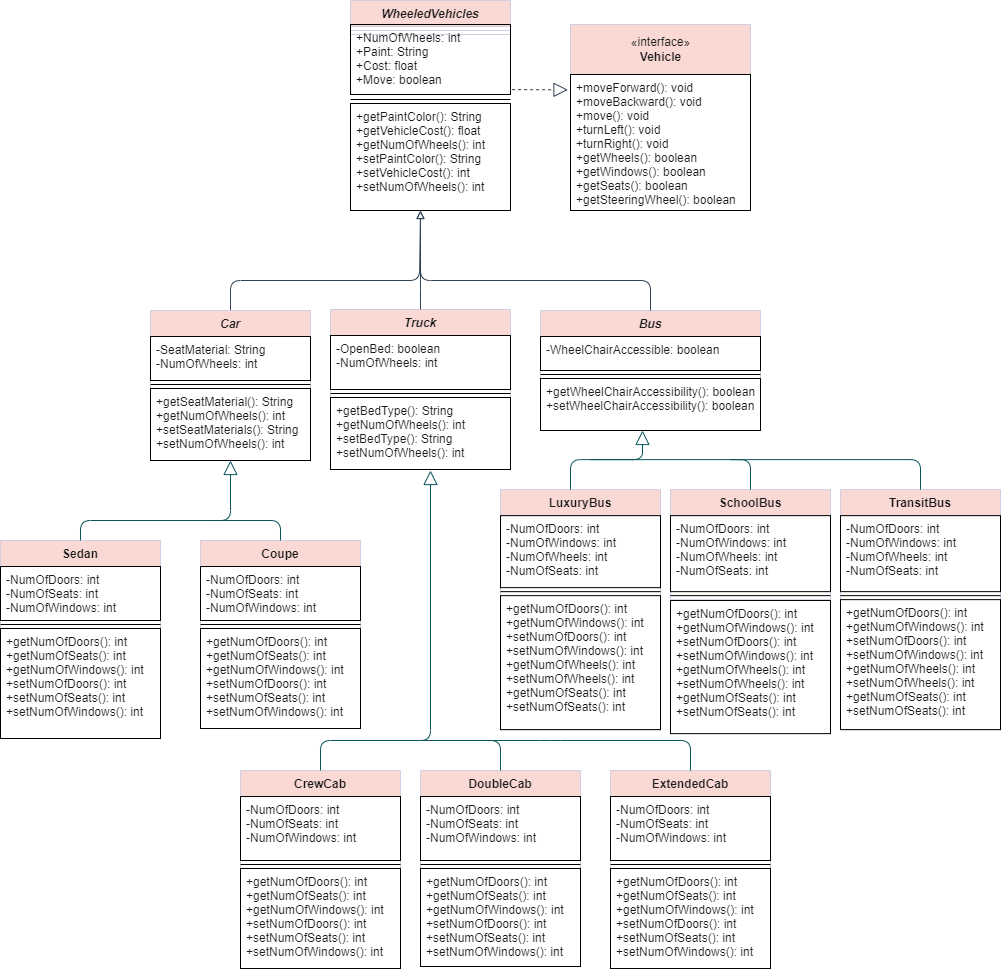
Before: oop/WheeledVehiclesClass UMLDiagram.png, a diagram exported from draw.io (c0l3yni/tekcamp). Source tidied: cells renumbered, new cells last; positions are measured from the earlier drawing's top-left corner, leaving out a move shared by most shapes.
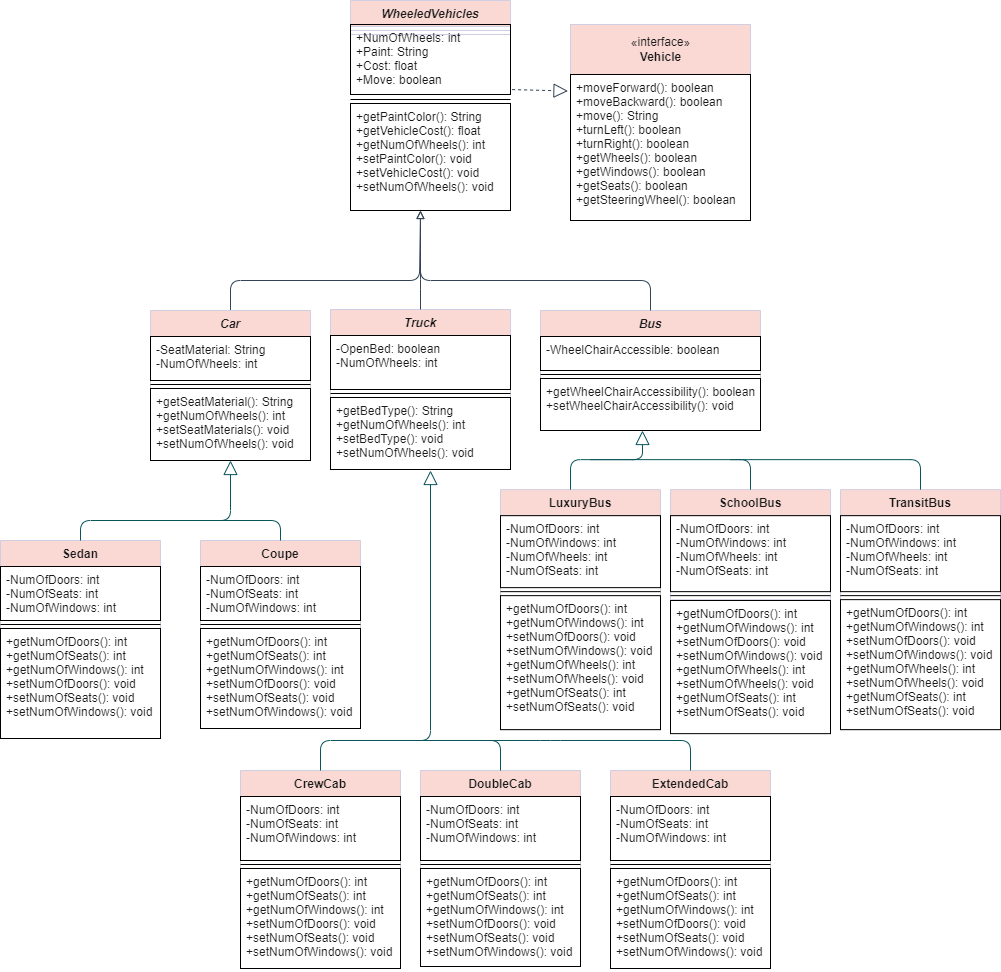
Later version of the same file.

Commit message:
Added void to all setters

Change to the diagram source:
```diff
@@ -11,7 +11,7 @@
     <mxCell id="4" style="line;strokeWidth=1;fillColor=none;align=left;verticalAlign=middle;spacingTop=-1;spacingLeft=3;spacingRight=3;labelPosition=right;fontColor=#1A1A1A;" parent="2" vertex="1">
       <mxGeometry y="60" width="220" height="8" as="geometry" />
     </mxCell>
-    <mxCell id="5" value="+getWheelChairAccessibility(): boolean&#10;+setWheelChairAccessibility(): boolean" style="text;strokeColor=default;fillColor=none;align=left;verticalAlign=top;spacingLeft=4;spacingRight=4;overflow=hidden;fontColor=#1A1A1A;rounded=0;" parent="2" vertex="1">
+    <mxCell id="5" value="+getWheelChairAccessibility(): boolean&#10;+setWheelChairAccessibility(): void" style="text;strokeColor=default;fillColor=none;align=left;verticalAlign=top;spacingLeft=4;spacingRight=4;overflow=hidden;fontColor=#1A1A1A;rounded=0;" parent="2" vertex="1">
       <mxGeometry y="68" width="220" height="52" as="geometry" />
     </mxCell>
     <mxCell id="6" style="edgeStyle=orthogonalEdgeStyle;jettySize=auto;html=1;fontColor=#1A1A1A;strokeColor=#314354;endArrow=block;endFill=0;fillColor=#647687;" parent="1" edge="1" source="7">
@@ -32,7 +32,7 @@
     <mxCell id="9" style="line;strokeWidth=1;fillColor=none;align=left;verticalAlign=middle;spacingTop=-1;spacingLeft=3;spacingRight=3;labelPosition=right;fontColor=#1A1A1A;" parent="7" vertex="1">
       <mxGeometry y="70" width="160" height="8" as="geometry" />
     </mxCell>
-    <mxCell id="10" value="+getSeatMaterial(): String&#10;+getNumOfWheels(): int&#10;+setSeatMaterials(): String&#10;+setNumOfWheels(): int" style="text;strokeColor=default;fillColor=none;align=left;verticalAlign=top;spacingLeft=4;spacingRight=4;overflow=hidden;fontColor=#1A1A1A;rounded=0;" parent="7" vertex="1">
+    <mxCell id="10" value="+getSeatMaterial(): String&#10;+getNumOfWheels(): int&#10;+setSeatMaterials(): void&#10;+setNumOfWheels(): void" style="text;strokeColor=default;fillColor=none;align=left;verticalAlign=top;spacingLeft=4;spacingRight=4;overflow=hidden;fontColor=#1A1A1A;rounded=0;" parent="7" vertex="1">
       <mxGeometry y="78" width="160" height="72" as="geometry" />
     </mxCell>
     <mxCell id="11" value="Truck" style="swimlane;fontStyle=3;align=center;verticalAlign=top;horizontal=1;startSize=26;fillColor=#FAD9D5;strokeColor=#D0CEE2;fontColor=#1A1A1A;rounded=0;" parent="1" vertex="1">
@@ -44,7 +44,7 @@
     <mxCell id="13" style="line;strokeWidth=1;fillColor=none;align=left;verticalAlign=middle;spacingTop=-1;spacingLeft=3;spacingRight=3;labelPosition=right;fontColor=#1A1A1A;" parent="11" vertex="1">
       <mxGeometry y="80" width="180" height="8" as="geometry" />
     </mxCell>
-    <mxCell id="14" value="+getBedType(): String&#10;+getNumOfWheels(): int&#10;+setBedType(): String&#10;+setNumOfWheels(): int" style="text;strokeColor=default;fillColor=none;align=left;verticalAlign=top;spacingLeft=4;spacingRight=4;overflow=hidden;fontColor=#1A1A1A;rounded=0;" parent="11" vertex="1">
+    <mxCell id="14" value="+getBedType(): String&#10;+getNumOfWheels(): int&#10;+setBedType(): void&#10;+setNumOfWheels(): void" style="text;strokeColor=default;fillColor=none;align=left;verticalAlign=top;spacingLeft=4;spacingRight=4;overflow=hidden;fontColor=#1A1A1A;rounded=0;" parent="11" vertex="1">
       <mxGeometry y="88" width="180" height="72" as="geometry" />
     </mxCell>
     <mxCell id="15" value="WheeledVehicles" style="swimlane;fontStyle=3;align=center;verticalAlign=top;horizontal=1;startSize=26;fillColor=#FAD9D5;strokeColor=#D0CEE2;fontColor=#1A1A1A;rounded=0;" parent="1" vertex="1">
@@ -74,7 +74,7 @@
     <mxCell id="21" style="line;strokeWidth=1;fillColor=none;align=left;verticalAlign=middle;spacingTop=-1;spacingLeft=3;spacingRight=3;labelPosition=right;fontColor=#1A1A1A;" parent="19" vertex="1">
       <mxGeometry y="80" width="160" height="8" as="geometry" />
     </mxCell>
-    <mxCell id="22" value="+getNumOfDoors(): int&#10;+getNumOfSeats(): int&#10;+getNumOfWindows(): int&#10;+setNumOfDoors(): int&#10;+setNumOfSeats(): int&#10;+setNumOfWindows(): int" style="text;strokeColor=default;fillColor=none;align=left;verticalAlign=top;spacingLeft=4;spacingRight=4;overflow=hidden;fontColor=#1A1A1A;" parent="19" vertex="1">
+    <mxCell id="22" value="+getNumOfDoors(): int&#10;+getNumOfSeats(): int&#10;+getNumOfWindows(): int&#10;+setNumOfDoors(): void&#10;+setNumOfSeats(): void&#10;+setNumOfWindows(): void" style="text;strokeColor=default;fillColor=none;align=left;verticalAlign=top;spacingLeft=4;spacingRight=4;overflow=hidden;fontColor=#1A1A1A;" parent="19" vertex="1">
       <mxGeometry y="88" width="160" height="110" as="geometry" />
     </mxCell>
     <mxCell id="23" value="Coupe" style="swimlane;fontStyle=1;align=center;verticalAlign=top;horizontal=1;startSize=26;fontColor=#1A1A1A;strokeColor=#D0CEE2;fillColor=#FAD9D5;" parent="1" vertex="1">
@@ -86,7 +86,7 @@
     <mxCell id="25" style="line;strokeWidth=1;fillColor=none;align=left;verticalAlign=middle;spacingTop=-1;spacingLeft=3;spacingRight=3;labelPosition=right;fontColor=#1A1A1A;" parent="23" vertex="1">
       <mxGeometry y="80" width="160" height="8" as="geometry" />
     </mxCell>
-    <mxCell id="26" value="+getNumOfDoors(): int&#10;+getNumOfSeats(): int&#10;+getNumOfWindows(): int&#10;+setNumOfDoors(): int&#10;+setNumOfSeats(): int&#10;+setNumOfWindows(): int" style="text;strokeColor=default;fillColor=none;align=left;verticalAlign=top;spacingLeft=4;spacingRight=4;overflow=hidden;fontColor=#1A1A1A;" parent="23" vertex="1">
+    <mxCell id="26" value="+getNumOfDoors(): int&#10;+getNumOfSeats(): int&#10;+getNumOfWindows(): int&#10;+setNumOfDoors(): void&#10;+setNumOfSeats(): void&#10;+setNumOfWindows(): void" style="text;strokeColor=default;fillColor=none;align=left;verticalAlign=top;spacingLeft=4;spacingRight=4;overflow=hidden;fontColor=#1A1A1A;" parent="23" vertex="1">
       <mxGeometry y="88" width="160" height="100" as="geometry" />
     </mxCell>
     <mxCell id="27" style="endArrow=block;endFill=0;endSize=12;html=1;fontColor=#1A1A1A;strokeColor=#09555B;exitX=0.5;exitY=0;exitDx=0;exitDy=0;" parent="1" edge="1" source="19">
@@ -115,7 +115,7 @@
     <mxCell id="31" style="line;strokeWidth=1;fillColor=none;align=left;verticalAlign=middle;spacingTop=-1;spacingLeft=3;spacingRight=3;labelPosition=right;fontColor=#1A1A1A;" parent="29" vertex="1">
       <mxGeometry y="90" width="160" height="8" as="geometry" />
     </mxCell>
-    <mxCell id="32" value="+getNumOfDoors(): int&#10;+getNumOfSeats(): int&#10;+getNumOfWindows(): int&#10;+setNumOfDoors(): int&#10;+setNumOfSeats(): int&#10;+setNumOfWindows(): int" style="text;strokeColor=default;fillColor=none;align=left;verticalAlign=top;spacingLeft=4;spacingRight=4;overflow=hidden;fontColor=#1A1A1A;" parent="29" vertex="1">
+    <mxCell id="32" value="+getNumOfDoors(): int&#10;+getNumOfSeats(): int&#10;+getNumOfWindows(): int&#10;+setNumOfDoors(): void&#10;+setNumOfSeats(): void&#10;+setNumOfWindows(): void" style="text;strokeColor=default;fillColor=none;align=left;verticalAlign=top;spacingLeft=4;spacingRight=4;overflow=hidden;fontColor=#1A1A1A;" parent="29" vertex="1">
       <mxGeometry y="98" width="160" height="100" as="geometry" />
     </mxCell>
     <mxCell id="33" value="DoubleCab" style="swimlane;fontStyle=1;align=center;verticalAlign=top;horizontal=1;startSize=26;fontColor=#1A1A1A;strokeColor=#D0CEE2;fillColor=#FAD9D5;" parent="1" vertex="1">
@@ -127,7 +127,7 @@
     <mxCell id="35" style="line;strokeWidth=1;fillColor=none;align=left;verticalAlign=middle;spacingTop=-1;spacingLeft=3;spacingRight=3;labelPosition=right;fontColor=#1A1A1A;" parent="33" vertex="1">
       <mxGeometry y="90" width="160" height="8" as="geometry" />
     </mxCell>
-    <mxCell id="36" value="+getNumOfDoors(): int&#10;+getNumOfSeats(): int&#10;+getNumOfWindows(): int&#10;+setNumOfDoors(): int&#10;+setNumOfSeats(): int&#10;+setNumOfWindows(): int" style="text;strokeColor=default;fillColor=none;align=left;verticalAlign=top;spacingLeft=4;spacingRight=4;overflow=hidden;fontColor=#1A1A1A;" parent="33" vertex="1">
+    <mxCell id="36" value="+getNumOfDoors(): int&#10;+getNumOfSeats(): int&#10;+getNumOfWindows(): int&#10;+setNumOfDoors(): void&#10;+setNumOfSeats(): void&#10;+setNumOfWindows(): void" style="text;strokeColor=default;fillColor=none;align=left;verticalAlign=top;spacingLeft=4;spacingRight=4;overflow=hidden;fontColor=#1A1A1A;" parent="33" vertex="1">
       <mxGeometry y="98" width="160" height="98" as="geometry" />
     </mxCell>
     <mxCell id="37" style="endArrow=block;endFill=0;endSize=12;html=1;fontColor=#1A1A1A;strokeColor=#09555B;exitX=0.5;exitY=0;exitDx=0;exitDy=0;" parent="1" edge="1" source="29">
@@ -156,7 +156,7 @@
     <mxCell id="41" style="line;strokeWidth=1;fillColor=none;align=left;verticalAlign=middle;spacingTop=-1;spacingLeft=3;spacingRight=3;labelPosition=right;fontColor=#1A1A1A;" parent="39" vertex="1">
       <mxGeometry y="98" width="160" height="8" as="geometry" />
     </mxCell>
-    <mxCell id="42" value="+getNumOfDoors(): int&#10;+getNumOfWindows(): int&#10;+setNumOfDoors(): int&#10;+setNumOfWindows(): int&#10;+getNumOfWheels(): int&#10;+setNumOfWheels(): int&#10;+getNumOfSeats(): int&#10;+setNumOfSeats(): int" style="text;strokeColor=default;fillColor=none;align=left;verticalAlign=top;spacingLeft=4;spacingRight=4;overflow=hidden;fontColor=#1A1A1A;" parent="39" vertex="1">
+    <mxCell id="42" value="+getNumOfDoors(): int&#10;+getNumOfWindows(): int&#10;+setNumOfDoors(): void&#10;+setNumOfWindows(): void&#10;+getNumOfWheels(): int&#10;+setNumOfWheels(): void&#10;+getNumOfSeats(): int&#10;+setNumOfSeats(): void" style="text;strokeColor=default;fillColor=none;align=left;verticalAlign=top;spacingLeft=4;spacingRight=4;overflow=hidden;fontColor=#1A1A1A;" parent="39" vertex="1">
       <mxGeometry y="106" width="160" height="134" as="geometry" />
     </mxCell>
     <mxCell id="43" value="SchoolBus" style="swimlane;fontStyle=1;align=center;verticalAlign=top;horizontal=1;startSize=26;fontColor=#1A1A1A;strokeColor=#D0CEE2;fillColor=#FAD9D5;" parent="1" vertex="1">
@@ -195,7 +195,7 @@
     <mxCell id="50" style="line;strokeWidth=1;fillColor=none;align=left;verticalAlign=middle;spacingTop=-1;spacingLeft=3;spacingRight=3;labelPosition=right;fontColor=#1A1A1A;" parent="48" vertex="1">
       <mxGeometry y="90" width="160" height="8" as="geometry" />
     </mxCell>
-    <mxCell id="51" value="+getNumOfDoors(): int&#10;+getNumOfSeats(): int&#10;+getNumOfWindows(): int&#10;+setNumOfDoors(): int&#10;+setNumOfSeats(): int&#10;+setNumOfWindows(): int" style="text;strokeColor=default;fillColor=none;align=left;verticalAlign=top;spacingLeft=4;spacingRight=4;overflow=hidden;fontColor=#1A1A1A;" parent="48" vertex="1">
+    <mxCell id="51" value="+getNumOfDoors(): int&#10;+getNumOfSeats(): int&#10;+getNumOfWindows(): int&#10;+setNumOfDoors(): void&#10;+setNumOfSeats(): void&#10;+setNumOfWindows(): void" style="text;strokeColor=default;fillColor=none;align=left;verticalAlign=top;spacingLeft=4;spacingRight=4;overflow=hidden;fontColor=#1A1A1A;" parent="48" vertex="1">
       <mxGeometry y="98" width="160" height="100" as="geometry" />
     </mxCell>
     <mxCell id="52" style="endArrow=none;endFill=0;endSize=12;html=1;fontColor=#1A1A1A;strokeColor=#09555B;exitX=0.5;exitY=0;exitDx=0;exitDy=0;" parent="1" edge="1" source="48">
@@ -216,7 +216,7 @@
     <mxCell id="55" style="line;strokeWidth=1;fillColor=none;align=left;verticalAlign=middle;spacingTop=-1;spacingLeft=3;spacingRight=3;labelPosition=right;fontColor=#1A1A1A;" parent="53" vertex="1">
       <mxGeometry y="102" width="160" height="8" as="geometry" />
     </mxCell>
-    <mxCell id="56" value="+getNumOfDoors(): int&#10;+getNumOfWindows(): int&#10;+setNumOfDoors(): int&#10;+setNumOfWindows(): int&#10;+getNumOfWheels(): int&#10;+setNumOfWheels(): int&#10;+getNumOfSeats(): int&#10;+setNumOfSeats(): int" style="text;strokeColor=default;fillColor=none;align=left;verticalAlign=top;spacingLeft=4;spacingRight=4;overflow=hidden;fontColor=#1A1A1A;" parent="53" vertex="1">
+    <mxCell id="56" value="+getNumOfDoors(): int&#10;+getNumOfWindows(): int&#10;+setNumOfDoors(): void&#10;+setNumOfWindows(): void&#10;+getNumOfWheels(): int&#10;+setNumOfWheels(): void&#10;+getNumOfSeats(): int&#10;+setNumOfSeats(): void" style="text;strokeColor=default;fillColor=none;align=left;verticalAlign=top;spacingLeft=4;spacingRight=4;overflow=hidden;fontColor=#1A1A1A;" parent="53" vertex="1">
       <mxGeometry y="110" width="160" height="130" as="geometry" />
     </mxCell>
     <mxCell id="57" style="endArrow=none;endFill=0;endSize=12;html=1;fontColor=#1A1A1A;strokeColor=#09555B;exitX=0.5;exitY=0;exitDx=0;exitDy=0;startArrow=none;startFill=0;" parent="1" edge="1" source="53">
@@ -233,8 +233,8 @@
         <mxPoint x="420" y="249" as="targetPoint" />
       </mxGeometry>
     </mxCell>
-    <mxCell id="59" value="+moveForward(): void&#10;+moveBackward(): void&#10;+move(): void&#10;+turnLeft(): void&#10;+turnRight(): void&#10;+getWheels(): boolean&#10;+getWindows(): boolean&#10;+getSeats(): boolean&#10;+getSteeringWheel(): boolean&#10;" style="text;strokeColor=default;fillColor=none;align=left;verticalAlign=top;spacingLeft=4;spacingRight=4;overflow=hidden;points=[[0,0.5],[1,0.5]];portConstraint=eastwest;fontColor=#1A1A1A;rounded=0;" parent="1" vertex="1">
-      <mxGeometry x="570" y="74" width="180" height="136" as="geometry" />
+    <mxCell id="59" value="+moveForward(): boolean&#10;+moveBackward(): boolean&#10;+move(): String&#10;+turnLeft(): boolean&#10;+turnRight(): boolean&#10;+getWheels(): boolean&#10;+getWindows(): boolean&#10;+getSeats(): boolean&#10;+getSteeringWheel(): boolean" style="text;strokeColor=default;fillColor=none;align=left;verticalAlign=top;spacingLeft=4;spacingRight=4;overflow=hidden;points=[[0,0.5],[1,0.5]];portConstraint=eastwest;fontColor=#1A1A1A;rounded=0;" parent="1" vertex="1">
+      <mxGeometry x="570" y="74" width="180" height="146" as="geometry" />
     </mxCell>
     <mxCell id="60" style="endArrow=block;endFill=0;endSize=12;html=1;fontColor=#1A1A1A;strokeColor=#314354;dashed=1;fillColor=#647687;entryX=-0.014;entryY=0.113;entryDx=0;entryDy=0;entryPerimeter=0;exitX=1.01;exitY=0.93;exitDx=0;exitDy=0;exitPerimeter=0;" parent="1" edge="1" source="61" target="59">
       <mxGeometry relative="1" as="geometry" />
@@ -242,7 +242,7 @@
     <mxCell id="61" value="+NumOfWheels: int&#10;+Paint: String&#10;+Cost: float&#10;+Move: boolean" style="text;strokeColor=default;fillColor=none;align=left;verticalAlign=top;spacingLeft=4;spacingRight=4;overflow=hidden;points=[[0,0.5],[1,0.5]];portConstraint=eastwest;fontColor=#1A1A1A;rounded=0;" parent="1" vertex="1">
       <mxGeometry x="350" y="24" width="160" height="70" as="geometry" />
     </mxCell>
-    <mxCell id="62" value="+getPaintColor(): String&#10;+getVehicleCost(): float&#10;+getNumOfWheels(): int&#10;+setPaintColor(): String&#10;+setVehicleCost(): int&#10;+setNumOfWheels(): int" style="text;strokeColor=default;fillColor=none;align=left;verticalAlign=top;spacingLeft=4;spacingRight=4;overflow=hidden;fontColor=#1A1A1A;rounded=0;" parent="1" vertex="1">
+    <mxCell id="62" value="+getPaintColor(): String&#10;+getVehicleCost(): float&#10;+getNumOfWheels(): int&#10;+setPaintColor(): void&#10;+setVehicleCost(): void&#10;+setNumOfWheels(): void" style="text;strokeColor=default;fillColor=none;align=left;verticalAlign=top;spacingLeft=4;spacingRight=4;overflow=hidden;fontColor=#1A1A1A;rounded=0;" parent="1" vertex="1">
       <mxGeometry x="350" y="103" width="160" height="107" as="geometry" />
     </mxCell>
     <mxCell id="63" style="endArrow=none;endFill=0;endSize=12;html=1;fontColor=#1A1A1A;strokeColor=#314354;exitX=0.5;exitY=0;exitDx=0;exitDy=0;startArrow=none;startFill=0;fillColor=#647687;" parent="1" edge="1">
@@ -257,7 +257,7 @@
     <mxCell id="64" style="line;strokeWidth=1;fillColor=none;align=left;verticalAlign=middle;spacingTop=-1;spacingLeft=3;spacingRight=3;labelPosition=right;fontColor=#1A1A1A;" parent="1" vertex="1">
       <mxGeometry x="350" y="95" width="160" height="8" as="geometry" />
     </mxCell>
-    <mxCell id="65" value="+getNumOfDoors(): int&#10;+getNumOfWindows(): int&#10;+setNumOfDoors(): int&#10;+setNumOfWindows(): int&#10;+getNumOfWheels(): int&#10;+setNumOfWheels(): int&#10;+getNumOfSeats(): int&#10;+setNumOfSeats(): int" style="text;strokeColor=default;fillColor=none;align=left;verticalAlign=top;spacingLeft=4;spacingRight=4;overflow=hidden;fontColor=#1A1A1A;" parent="1" vertex="1">
+    <mxCell id="65" value="+getNumOfDoors(): int&#10;+getNumOfWindows(): int&#10;+setNumOfDoors(): void&#10;+setNumOfWindows(): void&#10;+getNumOfWheels(): int&#10;+setNumOfWheels(): void&#10;+getNumOfSeats(): int&#10;+setNumOfSeats(): void" style="text;strokeColor=default;fillColor=none;align=left;verticalAlign=top;spacingLeft=4;spacingRight=4;overflow=hidden;fontColor=#1A1A1A;" parent="1" vertex="1">
       <mxGeometry x="670" y="600" width="160" height="133.1" as="geometry" />
     </mxCell>
   </root>
```
